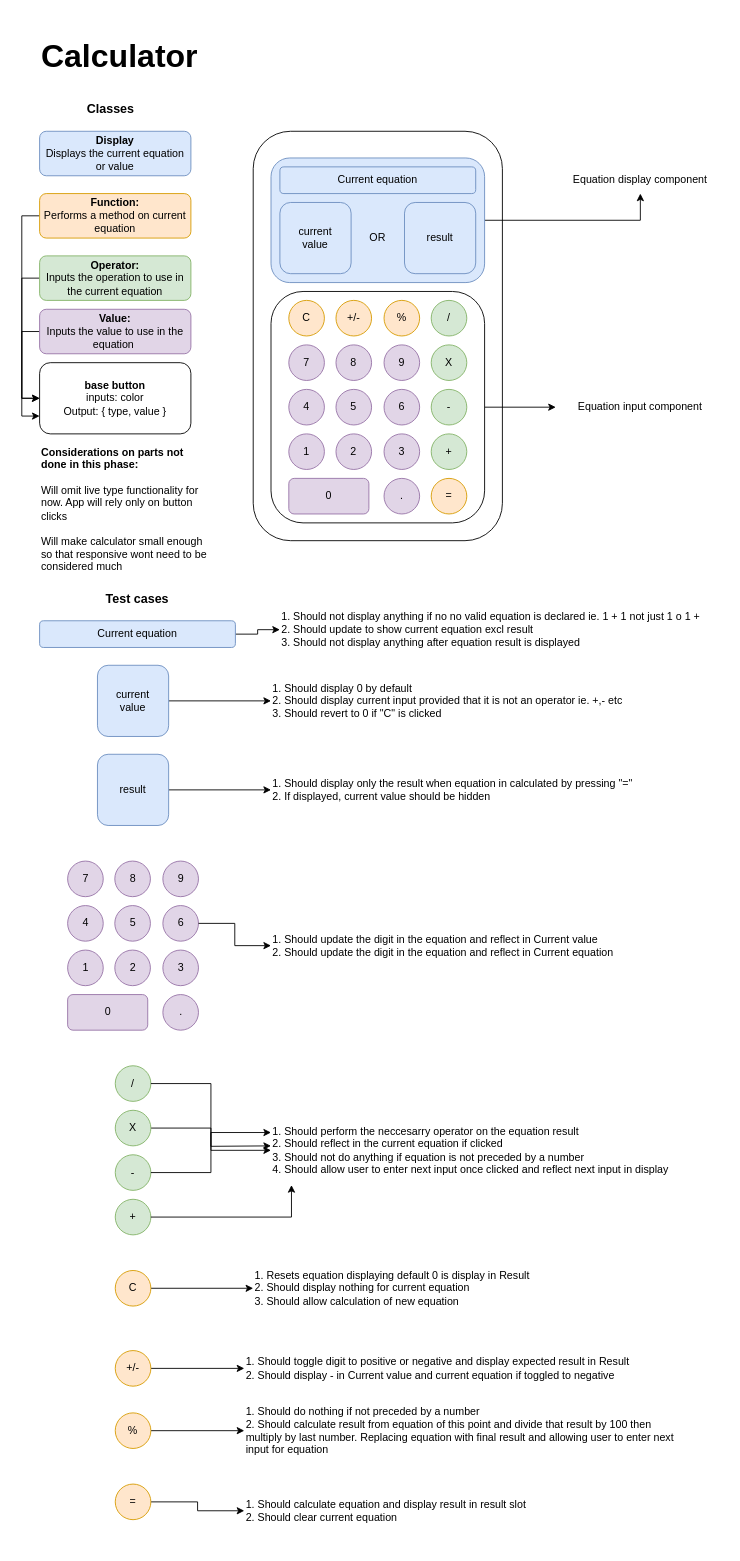
Earlier version of the draw.io diagram calculator plan.drawio (shaunzo/calculator). Source tidied: cells renumbered, new cells numbered last; positions are measured from the earlier drawing's top-left corner, leaving out a move shared by most shapes. Both pictures are drawn from the tidied source at 89%, with x=0, y=0 at pixel (21, 15).
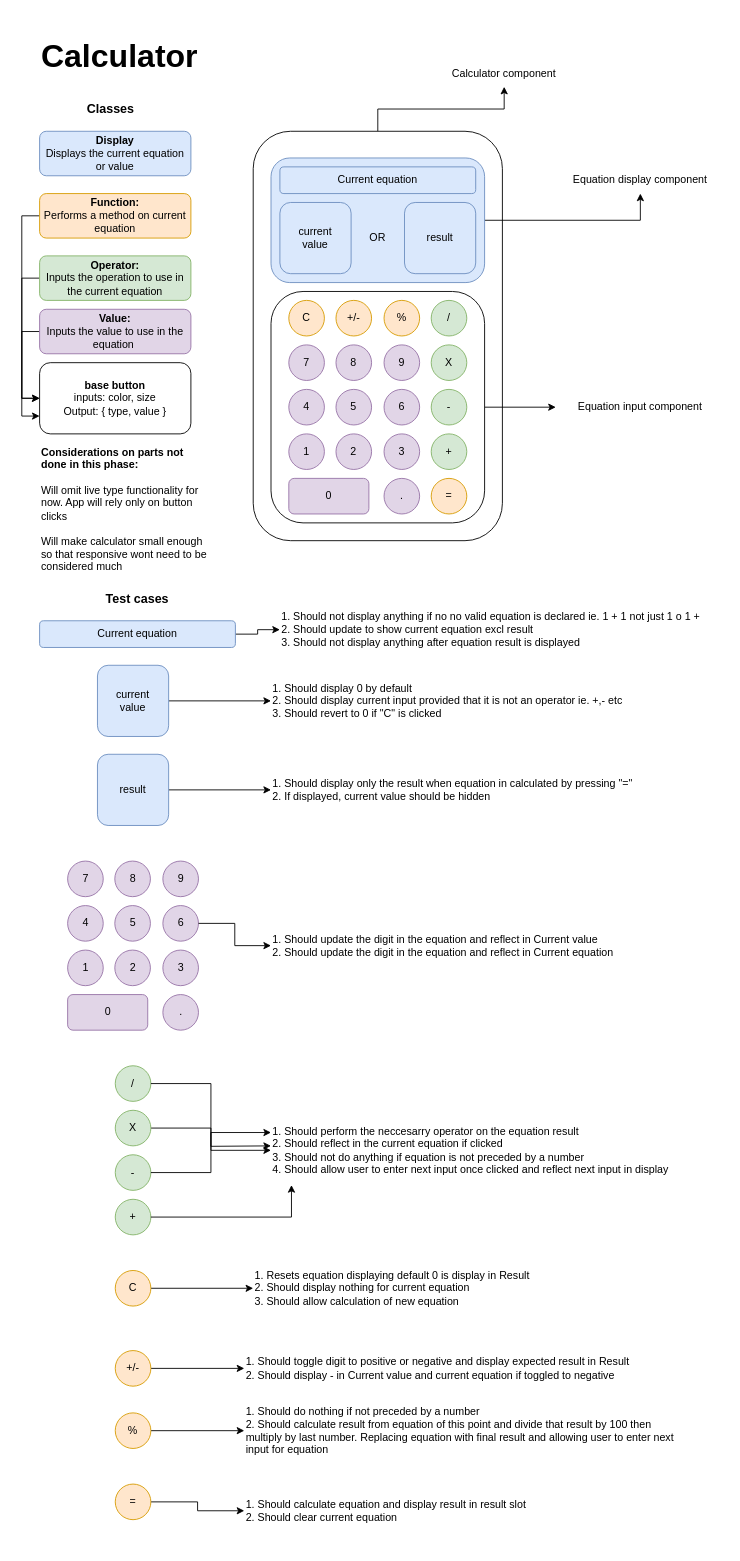
Above is the later version.

Unchanged cells that the change refers to:
```xml
<mxCell id="2" style="rounded=1;whiteSpace=wrap;html=1;" parent="1" vertex="1">
  <mxGeometry x="260" y="130" width="280" height="460" as="geometry" />
</mxCell>
```

Diff of the diagram source:
```diff
@@
+    <mxCell id="89" style="edgeStyle=orthogonalEdgeStyle;rounded=0;jettySize=auto;html=1;exitX=0.5;exitY=0;exitDx=0;exitDy=0;" parent="1" edge="1" source="2" target="90">
+      <mxGeometry relative="1" as="geometry" />
+    </mxCell>
@@
-    <mxCell id="88" value="&lt;b&gt;base button&lt;/b&gt;&lt;br&gt;inputs: color&lt;br&gt;Output: { type, value }" style="rounded=1;whiteSpace=wrap;html=1;" parent="1" vertex="1">
+    <mxCell id="88" value="&lt;b&gt;base button&lt;/b&gt;&lt;br&gt;inputs: color, size&lt;br&gt;Output: { type, value }" style="rounded=1;whiteSpace=wrap;html=1;" parent="1" vertex="1">
       <mxGeometry x="20" y="390" width="170" height="80" as="geometry" />
     </mxCell>
+    <mxCell id="90" value="Calculator component" style="text;html=1;strokeColor=none;fillColor=none;align=center;verticalAlign=middle;whiteSpace=wrap;rounded=0;" parent="1" vertex="1">
+      <mxGeometry x="447" y="50" width="190" height="30" as="geometry" />
+    </mxCell>
```
